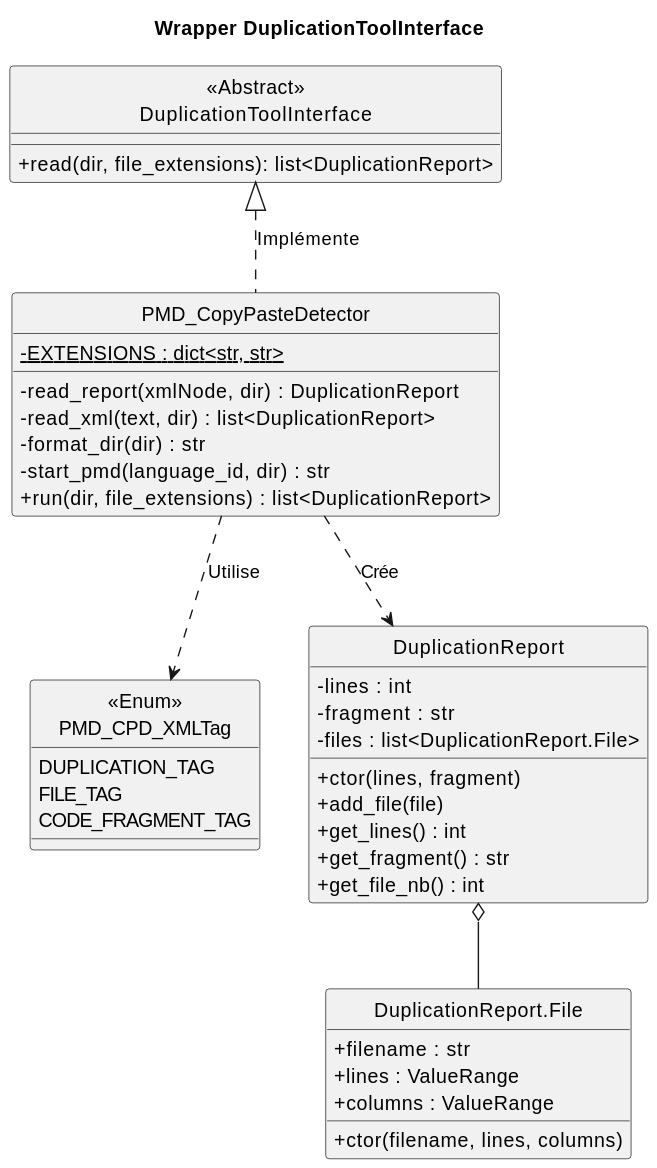
The PlantUML diagram doc/wiki/puml/duplication_pmd_cpd.svg in CAMaji/technical_debts, before a commit.
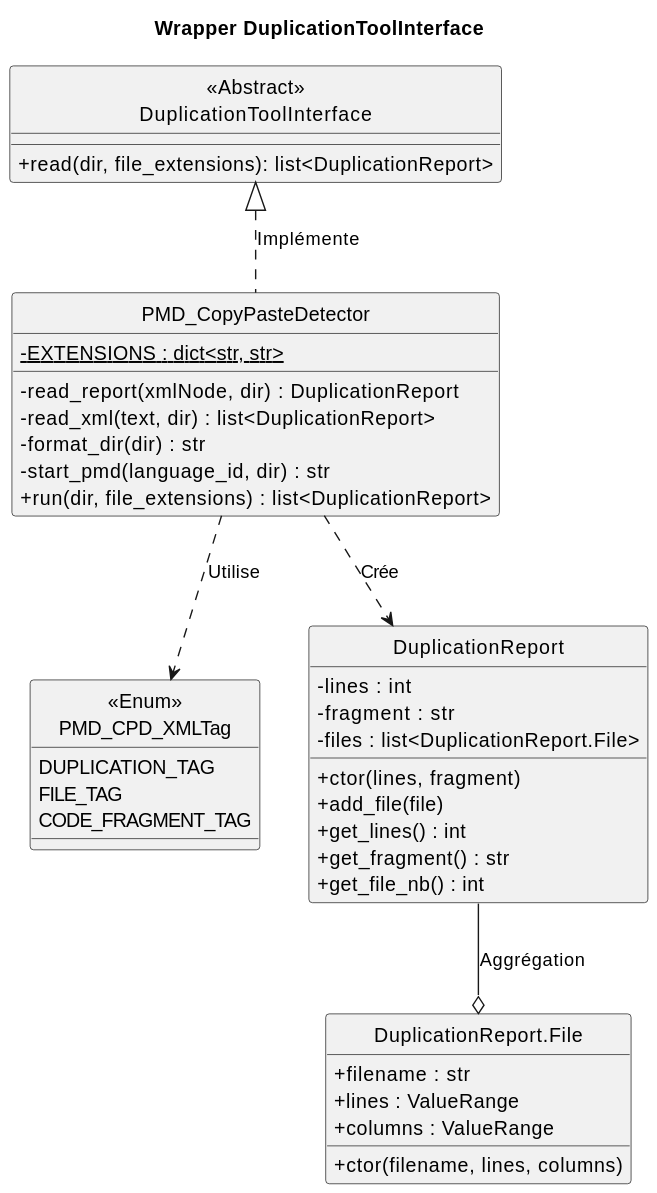
The same file after the commit.

Commit message:
maj doc duplication

Change to the diagram source:
```diff
@@ -40,7 +40,7 @@
     + ctor(filename, lines, columns)
 }
 
-DuplicationReport o-down- DRFile
+DuplicationReport -down-o DRFile : "Aggrégation"
 PMD_CopyPasteDetector .up.|> DuplicationToolInterface : "Implémente"
 PMD_CopyPasteDetector .down.> PMD_CPD_XMLTag : "Utilise"
 PMD_CopyPasteDetector .down.> DuplicationReport : "Crée"
```
